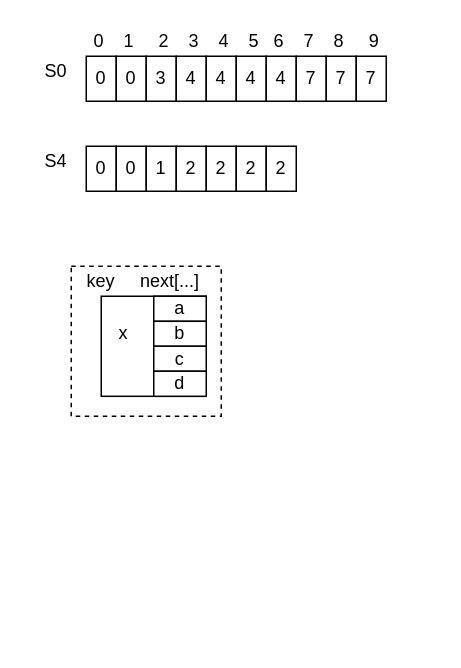
This is drafts.drawio from Hazy2019/notesf, a draw.io file, before an edit. Source tidied: cells renumbered, new cells numbered last; positions are measured from the earlier drawing's top-left corner, leaving out a move shared by most shapes. Both pictures are drawn from the tidied source at 150%, with x=0, y=0 at pixel (26, 26).
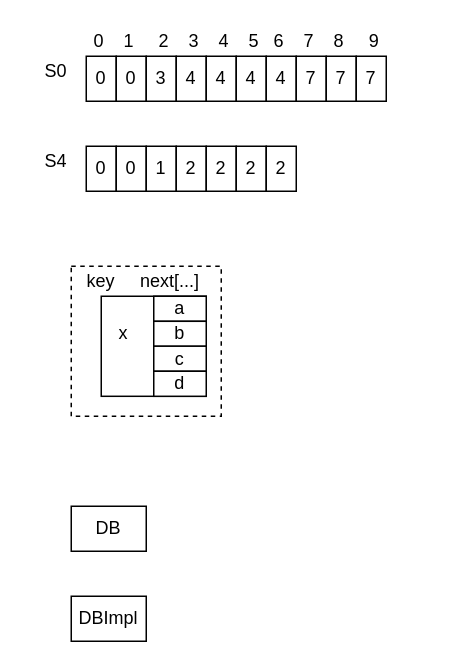
After the change.

What changed in the source:
```diff
@@
+    <mxCell id="33" value="DBImpl" style="text;html=1;fillColor=none;align=center;verticalAlign=middle;whiteSpace=wrap;rounded=0;strokeColor=#000000;" parent="1" vertex="1">
+      <mxGeometry x="30" y="380" width="50" height="30" as="geometry" />
+    </mxCell>
+    <mxCell id="34" value="DB" style="text;html=1;fillColor=none;align=center;verticalAlign=middle;whiteSpace=wrap;rounded=0;strokeColor=#000000;" parent="1" vertex="1">
+      <mxGeometry x="30" y="320" width="50" height="30" as="geometry" />
+    </mxCell>
```
